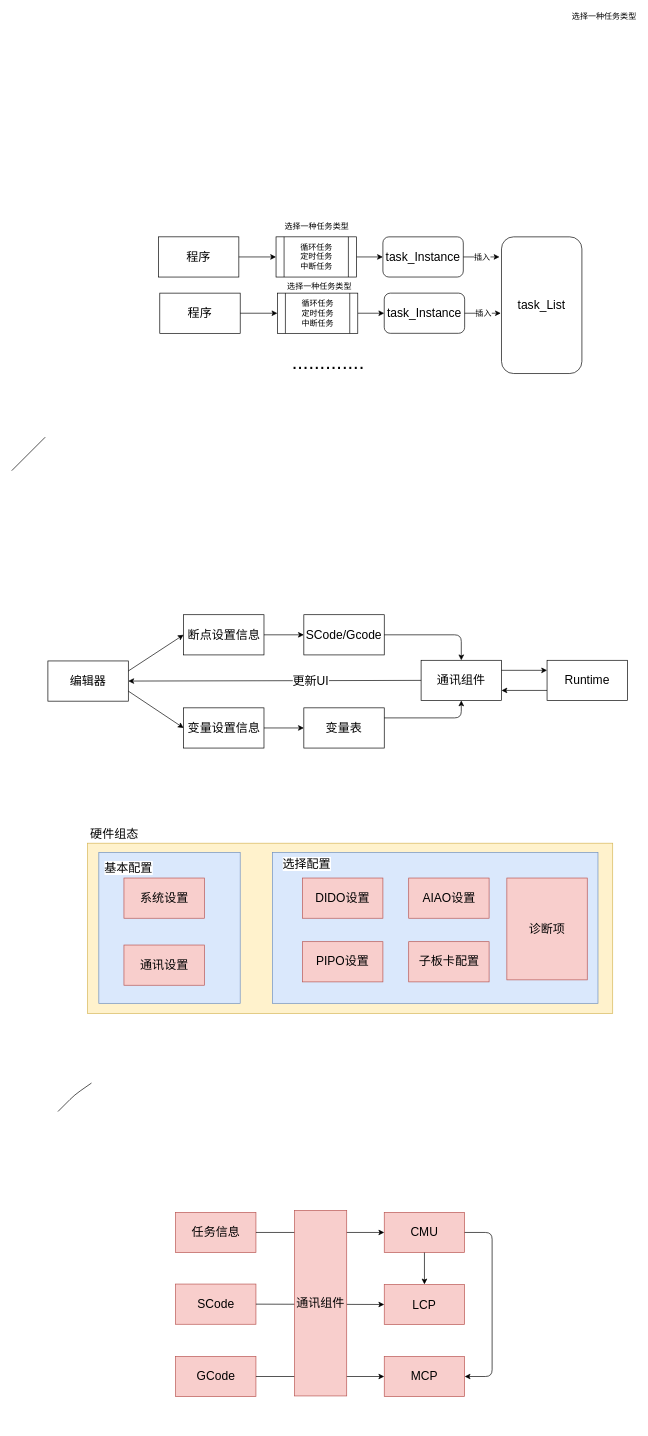
nathanningbo/general_ztf keeps this draw.io diagram as task_setting.drawio. Above is the earlier version. Source tidied: cells renumbered, new cells numbered last; positions are measured from the earlier drawing's top-left corner, leaving out a move shared by most shapes. Both pictures are drawn from the tidied source at 67%, with x=0, y=0 at pixel (11, 232).
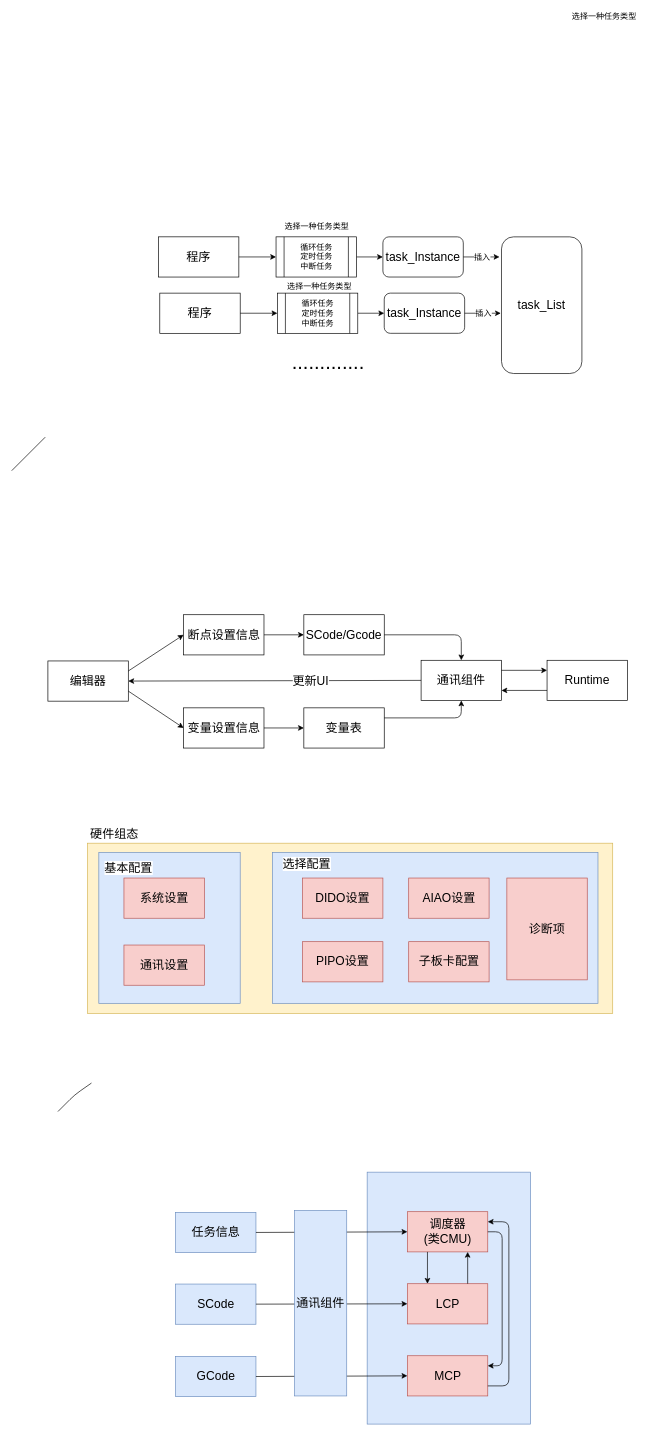
The same page after the edit.

Diff of the diagram source:
```diff
@@
+    <mxCell id="66" style="rounded=0;whiteSpace=wrap;html=1;fillColor=#dae8fc;strokeColor=#6c8ebf;" parent="1" vertex="1">
+      <mxGeometry x="530.5" y="1402" width="244" height="376" as="geometry" />
+    </mxCell>
@@
-    <mxCell id="54" value="SCode" style="rounded=0;whiteSpace=wrap;html=1;fontSize=18;fillColor=#f8cecc;strokeColor=#b85450;" parent="1" vertex="1">
+    <mxCell id="54" value="SCode" style="rounded=0;whiteSpace=wrap;html=1;fontSize=18;fillColor=#dae8fc;strokeColor=#6c8ebf;" parent="1" vertex="1">
       <mxGeometry x="244.5" y="1569" width="120" height="60" as="geometry" />
     </mxCell>
-    <mxCell id="55" value="GCode" style="rounded=0;whiteSpace=wrap;html=1;fontSize=18;fillColor=#f8cecc;strokeColor=#b85450;" parent="1" vertex="1">
+    <mxCell id="55" value="GCode" style="rounded=0;whiteSpace=wrap;html=1;fontSize=18;fillColor=#dae8fc;strokeColor=#6c8ebf;" parent="1" vertex="1">
       <mxGeometry x="244.5" y="1677" width="120" height="60" as="geometry" />
     </mxCell>
-    <mxCell id="56" value="任务信息" style="rounded=0;whiteSpace=wrap;html=1;fontSize=18;fillColor=#f8cecc;strokeColor=#b85450;" parent="1" vertex="1">
+    <mxCell id="56" value="任务信息" style="rounded=0;whiteSpace=wrap;html=1;fontSize=18;fillColor=#dae8fc;strokeColor=#6c8ebf;" parent="1" vertex="1">
       <mxGeometry x="244.5" y="1462" width="120" height="60" as="geometry" />
     </mxCell>
-    <mxCell id="57" value="CMU" style="rounded=0;whiteSpace=wrap;html=1;fontSize=18;fillColor=#f8cecc;strokeColor=#b85450;" parent="1" vertex="1">
-      <mxGeometry x="556" y="1462" width="120" height="60" as="geometry" />
+    <mxCell id="57" value="&lt;div&gt;调度器&lt;/div&gt;&lt;div&gt;(类CMU)&lt;br&gt;&lt;/div&gt;" style="rounded=0;whiteSpace=wrap;html=1;fontSize=18;fillColor=#f8cecc;strokeColor=#b85450;" parent="1" vertex="1">
+      <mxGeometry x="590.5" y="1461" width="120" height="60" as="geometry" />
     </mxCell>
     <mxCell id="58" value="LCP" style="rounded=0;whiteSpace=wrap;html=1;fontSize=18;fillColor=#f8cecc;strokeColor=#b85450;" parent="1" vertex="1">
-      <mxGeometry x="556" y="1569.5" width="120" height="60" as="geometry" />
+      <mxGeometry x="590.5" y="1568.5" width="120" height="60" as="geometry" />
     </mxCell>
     <mxCell id="59" value="MCP" style="rounded=0;whiteSpace=wrap;html=1;fontSize=18;fillColor=#f8cecc;strokeColor=#b85450;" parent="1" vertex="1">
-      <mxGeometry x="556" y="1677" width="120" height="60" as="geometry" />
+      <mxGeometry x="590.5" y="1676" width="120" height="60" as="geometry" />
     </mxCell>
@@
-    <mxCell id="63" value="通讯组件" style="rounded=0;whiteSpace=wrap;html=1;fontSize=18;fillColor=#f8cecc;strokeColor=#b85450;" parent="1" vertex="1">
+    <mxCell id="63" value="通讯组件" style="rounded=0;whiteSpace=wrap;html=1;fontSize=18;fillColor=#dae8fc;strokeColor=#6c8ebf;" parent="1" vertex="1">
       <mxGeometry x="422" y="1459" width="78" height="277" as="geometry" />
     </mxCell>
-    <mxCell id="64" style="endArrow=classic;html=1;fontSize=18;fontColor=#000000;exitX=0.5;exitY=1;exitDx=0;exitDy=0;entryX=0.5;entryY=0;entryDx=0;entryDy=0;" parent="1" edge="1" source="57" target="58">
+    <mxCell id="64" style="endArrow=classic;html=1;fontSize=18;fontColor=#000000;exitX=0.25;exitY=1;exitDx=0;exitDy=0;entryX=0.25;entryY=0;entryDx=0;entryDy=0;" parent="1" edge="1" source="57" target="58">
       <mxGeometry relative="1" as="geometry" />
     </mxCell>
-    <mxCell id="65" style="endArrow=classic;html=1;fontSize=18;fontColor=#000000;exitX=1;exitY=0.5;exitDx=0;exitDy=0;entryX=1;entryY=0.5;entryDx=0;entryDy=0;" parent="1" edge="1" source="57" target="59">
+    <mxCell id="65" style="endArrow=classic;html=1;fontSize=18;fontColor=#000000;exitX=1;exitY=0.5;exitDx=0;exitDy=0;entryX=1;entryY=0.25;entryDx=0;entryDy=0;" parent="1" edge="1" source="57" target="59">
       <mxGeometry relative="1" as="geometry">
         <Array as="points">
-          <mxPoint x="717" y="1492" />
-          <mxPoint x="717" y="1707" />
+          <mxPoint x="732" y="1491" />
+          <mxPoint x="732" y="1691" />
         </Array>
       </mxGeometry>
     </mxCell>
+    <mxCell id="67" style="endArrow=classic;html=1;fontSize=18;fontColor=#000000;exitX=0.75;exitY=0;exitDx=0;exitDy=0;entryX=0.75;entryY=1;entryDx=0;entryDy=0;" parent="1" edge="1" source="58" target="57">
+      <mxGeometry relative="1" as="geometry" />
+    </mxCell>
+    <mxCell id="68" style="endArrow=none;html=1;fontSize=18;fontColor=#000000;exitX=1;exitY=0.25;exitDx=0;exitDy=0;entryX=1;entryY=0.75;entryDx=0;entryDy=0;startArrow=classic;startFill=1;endFill=0;" parent="1" edge="1" source="57" target="59">
+      <mxGeometry relative="1" as="geometry">
+        <Array as="points">
+          <mxPoint x="742" y="1476" />
+          <mxPoint x="742" y="1721" />
+        </Array>
+      </mxGeometry>
+    </mxCell>
```
